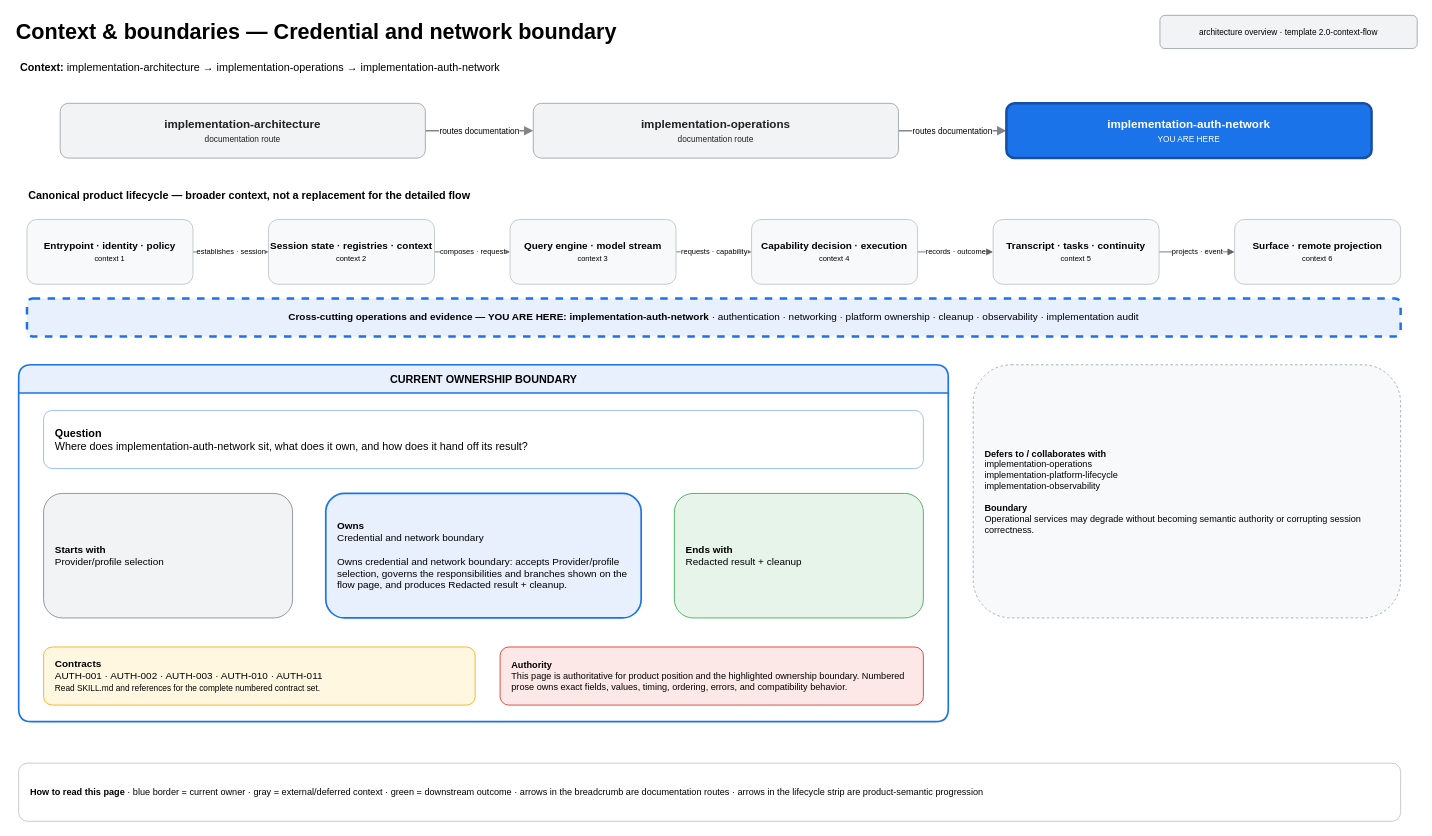
The draw.io diagram page "01 — Context & Boundaries" (1 of 2) of .codex/skills/implementation-auth-network/assets/architecture.drawio in greenpau/agentx, before the edit. Source tidied: cells renumbered, new cells numbered last; positions are measured from the earlier drawing's top-left corner, leaving out a move shared by most shapes. Both pictures are drawn from the tidied source at 83%, with x=0, y=0 at pixel (14, 14).
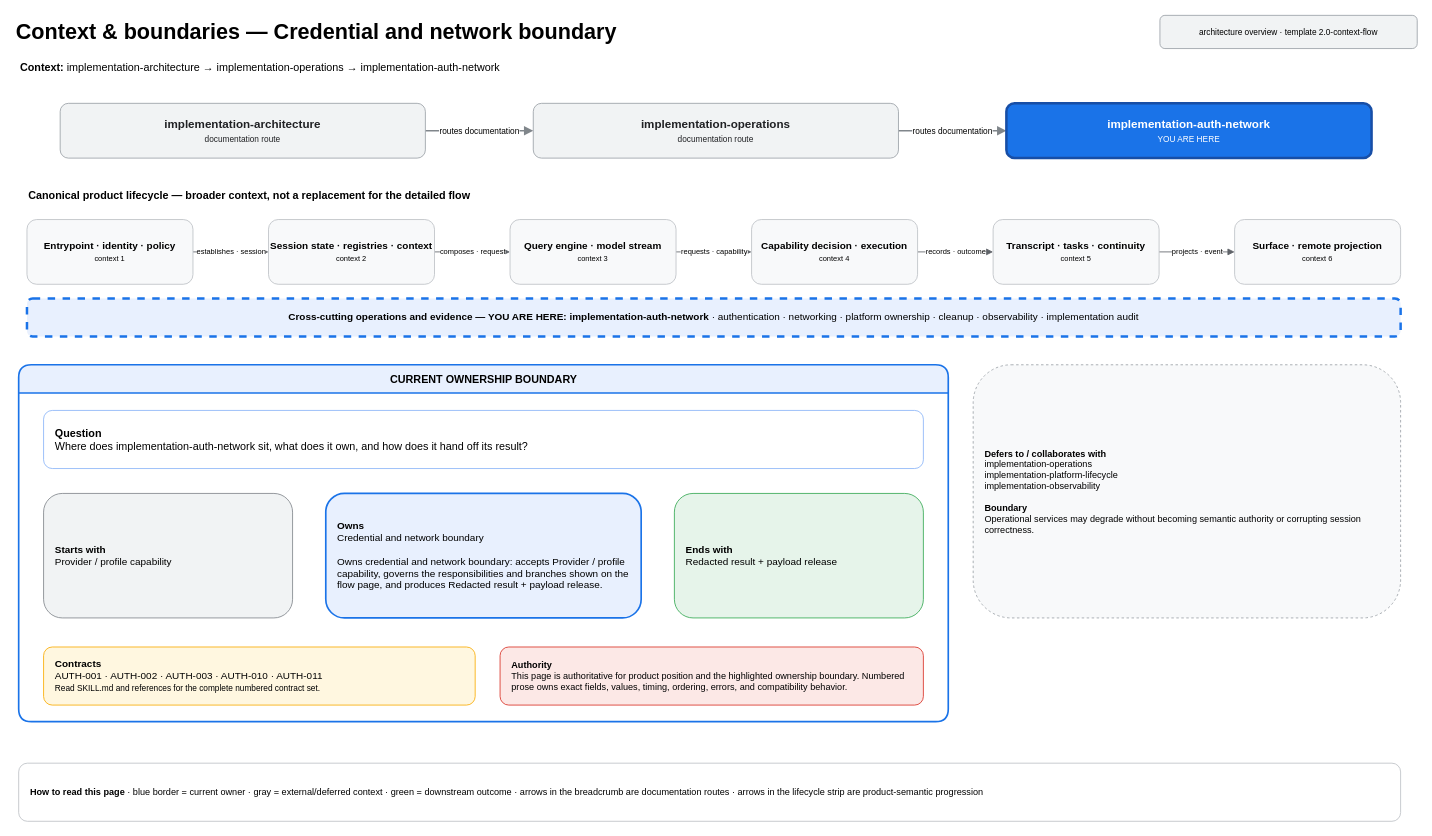
Above is the later version.

Diff of the diagram source:
```diff
@@
-    <mxCell id="25" value="&lt;b&gt;Starts with&lt;/b&gt;&lt;br&gt;Provider/profile selection" style="rounded=1;whiteSpace=wrap;html=1;fillColor=#f1f3f4;strokeColor=#80868b;fontSize=12;align=left;spacingLeft=12;" parent="1" vertex="1">
+    <mxCell id="25" value="&lt;b&gt;Starts with&lt;/b&gt;&lt;br&gt;Provider / profile capability" style="rounded=1;whiteSpace=wrap;html=1;fillColor=#f1f3f4;strokeColor=#80868b;fontSize=12;align=left;spacingLeft=12;" parent="1" vertex="1">
       <mxGeometry x="35" y="577" width="300" height="150" as="geometry" />
     </mxCell>
-    <mxCell id="26" value="&lt;b&gt;Owns&lt;/b&gt;&lt;br&gt;Credential and network boundary&lt;br&gt;&lt;br&gt;Owns credential and network boundary: accepts Provider/profile selection, governs the responsibilities and branches shown on the flow page, and produces Redacted result + cleanup." style="rounded=1;whiteSpace=wrap;html=1;fillColor=#e8f0fe;strokeColor=#1a73e8;strokeWidth=2;fontSize=12;align=left;spacingLeft=12;" parent="1" vertex="1">
+    <mxCell id="26" value="&lt;b&gt;Owns&lt;/b&gt;&lt;br&gt;Credential and network boundary&lt;br&gt;&lt;br&gt;Owns credential and network boundary: accepts Provider / profile capability, governs the responsibilities and branches shown on the flow page, and produces Redacted result + payload release." style="rounded=1;whiteSpace=wrap;html=1;fillColor=#e8f0fe;strokeColor=#1a73e8;strokeWidth=2;fontSize=12;align=left;spacingLeft=12;" parent="1" vertex="1">
       <mxGeometry x="375" y="577" width="380" height="150" as="geometry" />
     </mxCell>
-    <mxCell id="27" value="&lt;b&gt;Ends with&lt;/b&gt;&lt;br&gt;Redacted result + cleanup" style="rounded=1;whiteSpace=wrap;html=1;fillColor=#e6f4ea;strokeColor=#34a853;fontSize=12;align=left;spacingLeft=12;" parent="1" vertex="1">
+    <mxCell id="27" value="&lt;b&gt;Ends with&lt;/b&gt;&lt;br&gt;Redacted result + payload release" style="rounded=1;whiteSpace=wrap;html=1;fillColor=#e6f4ea;strokeColor=#34a853;fontSize=12;align=left;spacingLeft=12;" parent="1" vertex="1">
       <mxGeometry x="795" y="577" width="300" height="150" as="geometry" />
     </mxCell>
```
